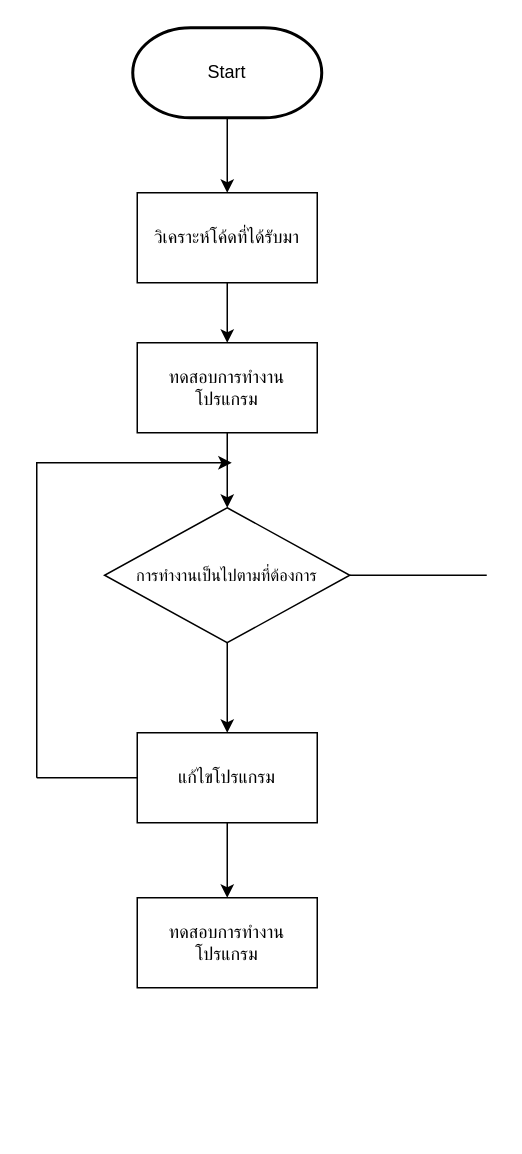
This is HW/HW01/hw01-2-fix-bug/hw01-2-fix-bug.drawio from wallradon/ENGCE117, a draw.io file, before an edit. Source tidied: cells renumbered, new cells numbered last; positions are measured from the earlier drawing's top-left corner, leaving out a move shared by most shapes. Both pictures are drawn from the tidied source at 150%, with x=0, y=0 at pixel (36, 27).
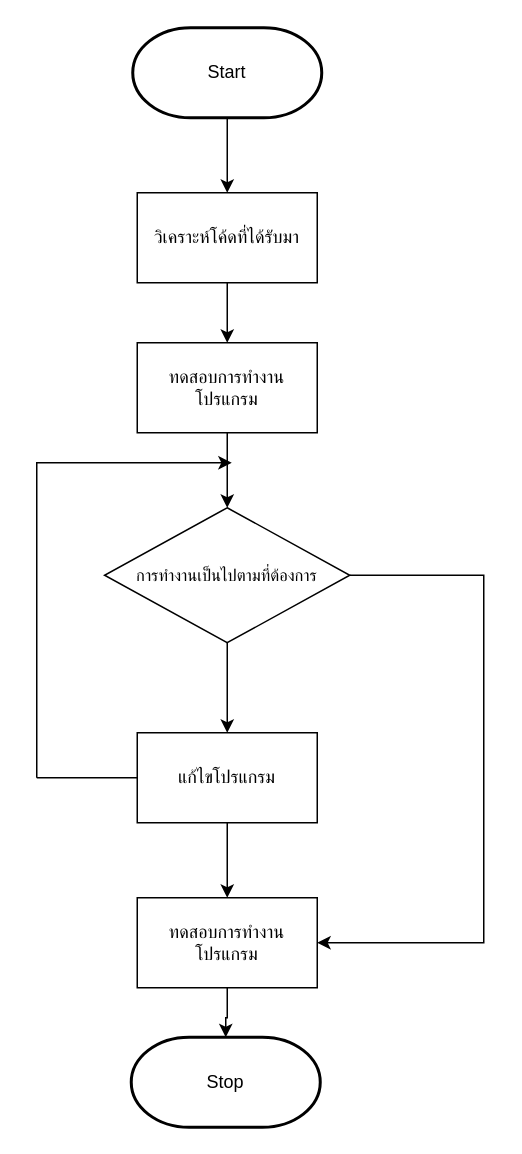
Above is the later version.

Unchanged cells that the change refers to:
```xml
<mxCell id="7" value="&lt;font style=&quot;font-size: 11px;&quot;&gt;การทำงานเป็นไปตามที่ต้องการ&lt;/font&gt;" style="shape=rhombus;perimeter=rhombusPerimeter;whiteSpace=wrap;html=1;align=center;rounded=0;strokeColor=default;verticalAlign=middle;fontFamily=Helvetica;fontSize=12;fontColor=default;fillColor=#FFFFFF;" parent="1" vertex="1">
  <mxGeometry x="45.2" y="320" width="163.5" height="90" as="geometry" />
</mxCell>
<mxCell id="14" value="ทดสอบการทำงานโปรแกรม" style="rounded=0;whiteSpace=wrap;html=1;strokeColor=default;align=center;verticalAlign=middle;fontFamily=Helvetica;fontSize=12;fontColor=default;fillColor=#FFFFFF;" parent="1" vertex="1">
  <mxGeometry x="67" y="580" width="120" height="60" as="geometry" />
</mxCell>
```

What changed in the source:
```diff
@@
+    <mxCell id="16" style="edgeStyle=orthogonalEdgeStyle;rounded=0;jettySize=auto;html=1;entryX=1;entryY=0.5;entryDx=0;entryDy=0;fontFamily=Helvetica;fontSize=12;fontColor=default;" parent="1" edge="1" source="7" target="14">
+      <mxGeometry relative="1" as="geometry">
+        <Array as="points">
+          <mxPoint x="298" y="365" />
+          <mxPoint x="298" y="610" />
+        </Array>
+      </mxGeometry>
+    </mxCell>
@@
-    <mxCell id="15" style="endArrow=none;html=1;rounded=0;fontFamily=Helvetica;fontSize=12;fontColor=default;exitX=1;exitY=0.5;exitDx=0;exitDy=0;" parent="1" edge="1" source="7">
-      <mxGeometry relative="1" as="geometry">
-        <mxPoint x="300" y="365" as="targetPoint" />
-      </mxGeometry>
-    </mxCell>
+    <mxCell id="17" value="Stop" style="strokeWidth=2;html=1;shape=mxgraph.flowchart.terminator;whiteSpace=wrap;rounded=0;strokeColor=default;align=center;verticalAlign=middle;fontFamily=Helvetica;fontSize=12;fontColor=default;fillColor=#FFFFFF;" parent="1" vertex="1">
+      <mxGeometry x="63" y="673" width="126" height="60" as="geometry" />
+    </mxCell>
+    <mxCell id="18" style="edgeStyle=orthogonalEdgeStyle;rounded=0;jettySize=auto;html=1;entryX=0.5;entryY=0;entryDx=0;entryDy=0;entryPerimeter=0;fontFamily=Helvetica;fontSize=12;fontColor=default;" parent="1" edge="1" source="14" target="17">
+      <mxGeometry relative="1" as="geometry" />
+    </mxCell>
```
